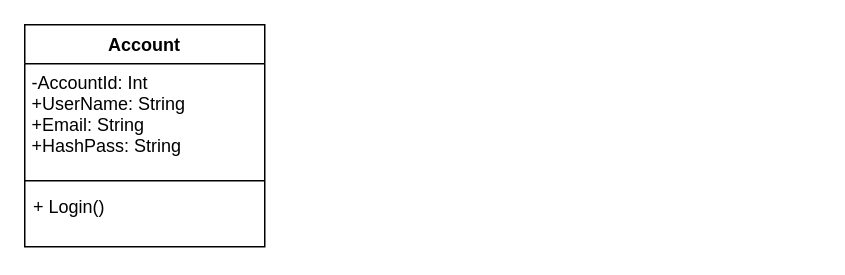
The draw.io diagram NaybrrUML.drawio in jcorm714/Naybrr, before the edit. Source tidied: cells renumbered, new cells numbered last; positions are measured from the earlier drawing's top-left corner, leaving out a move shared by most shapes. Both pictures are drawn from the tidied source at 150%, with x=0, y=0 at pixel (24, 24).
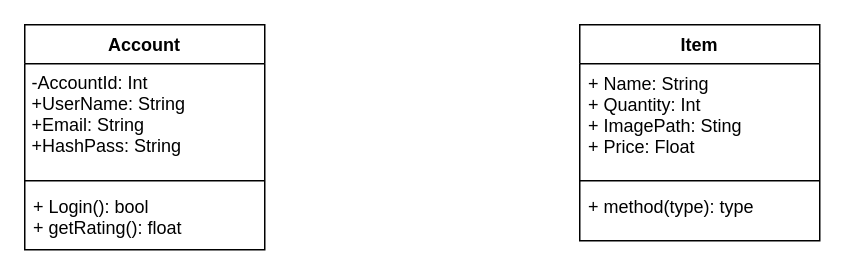
The same page after the edit.

What changed in the source:
```diff
@@
 <mxGraphModel>
   <root>
     <mxCell id="0" />
     <mxCell id="1" parent="0" />
     <mxCell id="2" value="Account" style="swimlane;fontStyle=1;align=center;verticalAlign=top;horizontal=1;startSize=26;" parent="1" vertex="1">
-      <mxGeometry width="160" height="148" as="geometry" />
+      <mxGeometry width="160" height="150" as="geometry" />
     </mxCell>
     <mxCell id="3" value="-AccountId: Int&#10;+UserName: String&#10;+Email: String&#10;+HashPass: String&#10;" style="text;strokeColor=none;fillColor=none;align=left;verticalAlign=top;spacingLeft=4;spacingRight=4;overflow=hidden;spacing=1;" parent="2" vertex="1">
       <mxGeometry y="26" width="160" height="74" as="geometry" />
     </mxCell>
     <mxCell id="4" style="line;strokeWidth=1;fillColor=none;align=left;verticalAlign=middle;spacingTop=-1;spacingLeft=3;spacingRight=3;labelPosition=right;" parent="2" vertex="1">
       <mxGeometry y="100" width="160" height="8" as="geometry" />
     </mxCell>
-    <mxCell id="5" value="+ Login()" style="text;strokeColor=none;fillColor=none;align=left;verticalAlign=top;spacingLeft=4;spacingRight=4;overflow=hidden;" parent="2" vertex="1">
-      <mxGeometry y="108" width="160" height="40" as="geometry" />
+    <mxCell id="5" value="+ Login(): bool&#10;+ getRating(): float&#10;" style="text;strokeColor=none;fillColor=none;align=left;verticalAlign=top;spacingLeft=4;spacingRight=4;overflow=hidden;" parent="2" vertex="1">
+      <mxGeometry y="108" width="160" height="42" as="geometry" />
     </mxCell>
+    <mxCell id="6" value="Item" style="swimlane;fontStyle=1;align=center;verticalAlign=top;horizontal=1;startSize=26;" parent="1" vertex="1">
+      <mxGeometry x="370" width="160" height="144" as="geometry" />
+    </mxCell>
+    <mxCell id="7" value="+ Name: String&#10;+ Quantity: Int&#10;+ ImagePath: Sting&#10;+ Price: Float&#10;" style="text;strokeColor=none;fillColor=none;align=left;verticalAlign=top;spacingLeft=4;spacingRight=4;overflow=hidden;" parent="6" vertex="1">
+      <mxGeometry y="26" width="160" height="74" as="geometry" />
+    </mxCell>
+    <mxCell id="8" style="line;strokeWidth=1;fillColor=none;align=left;verticalAlign=middle;spacingTop=-1;spacingLeft=3;spacingRight=3;labelPosition=right;" parent="6" vertex="1">
+      <mxGeometry y="100" width="160" height="8" as="geometry" />
+    </mxCell>
+    <mxCell id="9" value="+ method(type): type" style="text;strokeColor=none;fillColor=none;align=left;verticalAlign=top;spacingLeft=4;spacingRight=4;overflow=hidden;" parent="6" vertex="1">
+      <mxGeometry y="108" width="160" height="36" as="geometry" />
+    </mxCell>
   </root>
 </mxGraphModel>
```
